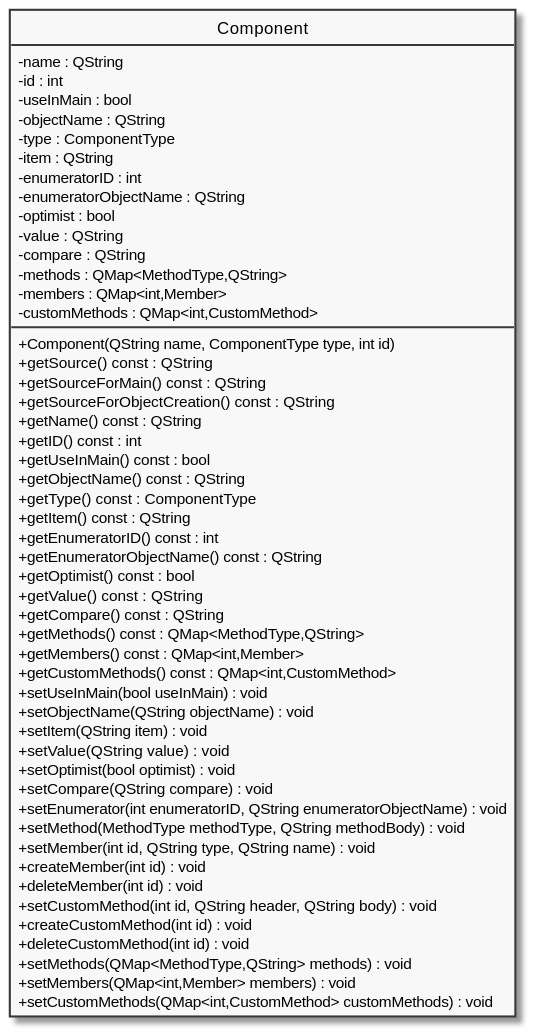
Earlier version of the PlantUML export diagram/docs/Component.svg (pecku/szakdoga). Its diagram source:
```plantuml
@startuml Component

skinparam Monochrome true
skinparam ClassAttributeIconSize 0
hide circle
hide enum methods

class Component
{
    - name : QString
    - id : int
    - useInMain : bool
    - objectName : QString
    - type : ComponentType
    - item : QString
    - enumeratorID : int
    - enumeratorObjectName : QString
    - optimist : bool
    - value : QString
    - compare : QString
    - methods : QMap<MethodType,QString>
    - members : QMap<int,Member>
    - customMethods : QMap<int,CustomMethod>

    + Component(QString name, ComponentType type, int id)
    + getSource() const : QString
    + getSourceForMain() const : QString
    + getSourceForObjectCreation() const : QString
    + getName() const : QString
    + getID() const : int
    + getUseInMain() const : bool
    + getObjectName() const : QString
    + getType() const : ComponentType
    + getItem() const : QString
    + getEnumeratorID() const : int
    + getEnumeratorObjectName() const : QString
    + getOptimist() const : bool
    + getValue() const : QString
    + getCompare() const : QString
    + getMethods() const : QMap<MethodType,QString>
    + getMembers() const : QMap<int,Member>
    + getCustomMethods() const : QMap<int,CustomMethod>
    + setUseInMain(bool useInMain) : void
    + setObjectName(QString objectName) : void
    + setItem(QString item) : void
    + setValue(QString value) : void
    + setOptimist(bool optimist) : void
    + setCompare(QString compare) : void
    + setEnumerator(int enumeratorID, QString enumeratorObjectName) : void
    + setMethod(MethodType methodType, QString methodBody) : void
    + setMember(int id, QString type, QString name) : void
    + createMember(int id) : void
    + deleteMember(int id) : void
    + setCustomMethod(int id, QString header, QString body) : void
    + createCustomMethod(int id) : void
    + deleteCustomMethod(int id) : void
    + setMethods(QMap<MethodType,QString> methods) : void
    + setMembers(QMap<int,Member> members) : void
    + setCustomMethods(QMap<int,CustomMethod> customMethods) : void
}

@enduml
```
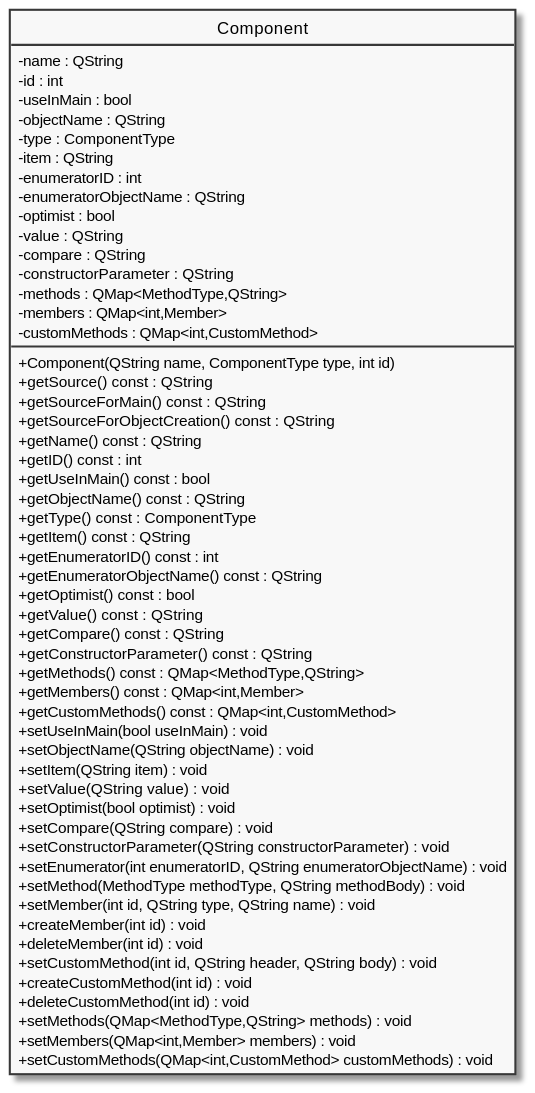
Above is the later version.

Diff of the diagram source:
```diff
@@ -18,6 +18,7 @@
     - optimist : bool
     - value : QString
     - compare : QString
+    - constructorParameter : QString
     - methods : QMap<MethodType,QString>
     - members : QMap<int,Member>
     - customMethods : QMap<int,CustomMethod>
@@ -37,6 +38,7 @@
     + getOptimist() const : bool
     + getValue() const : QString
     + getCompare() const : QString
+    + getConstructorParameter() const : QString
     + getMethods() const : QMap<MethodType,QString>
     + getMembers() const : QMap<int,Member>
     + getCustomMethods() const : QMap<int,CustomMethod>
@@ -46,6 +48,7 @@
     + setValue(QString value) : void
     + setOptimist(bool optimist) : void
     + setCompare(QString compare) : void
+    + setConstructorParameter(QString constructorParameter) : void
     + setEnumerator(int enumeratorID, QString enumeratorObjectName) : void
     + setMethod(MethodType methodType, QString methodBody) : void
     + setMember(int id, QString type, QString name) : void
```
